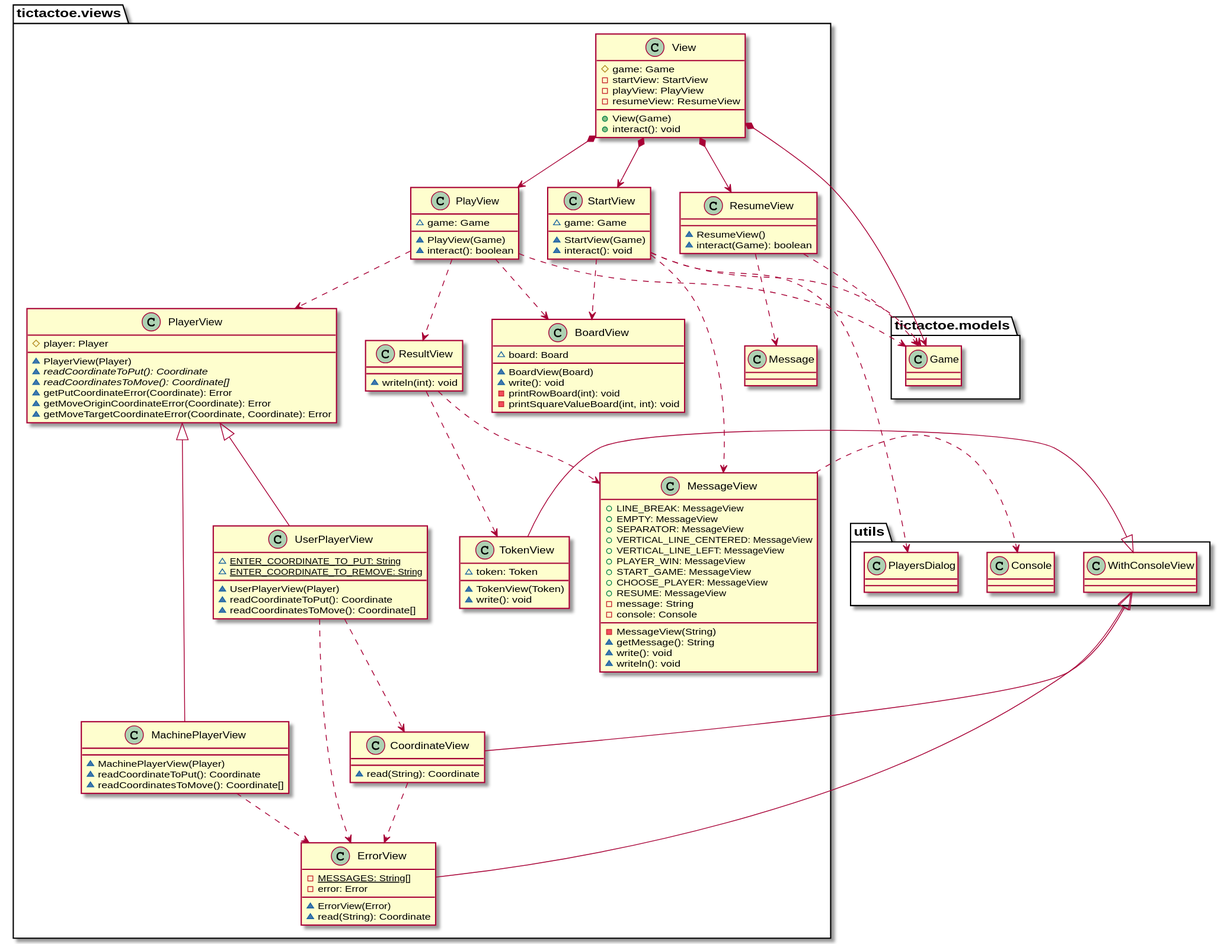
This is documentView/console/docs/diagrams/out/paquetes/tictactoe.views.svg from Jolucaa/USantaTecla-project-ticTacToe, a PlantUML export, as it was before one commit.
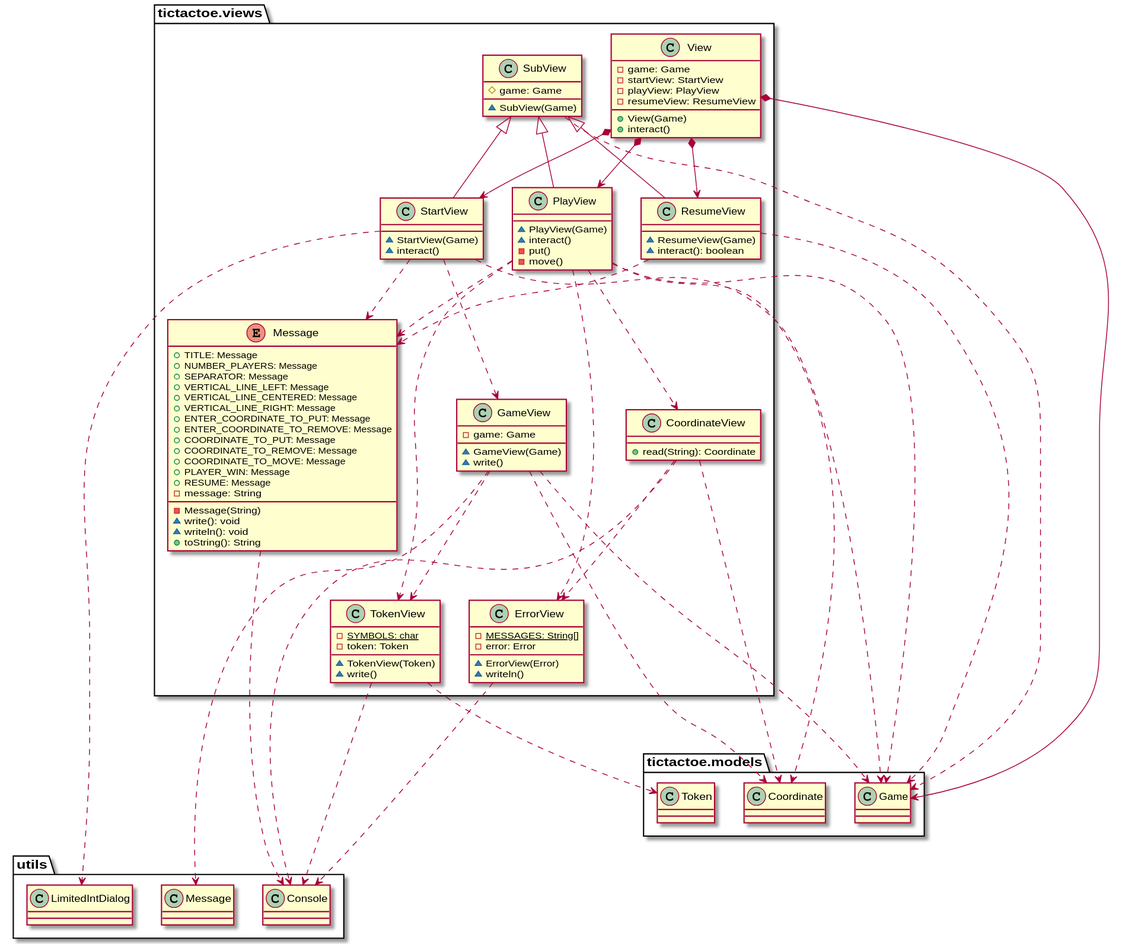
After the change.

Diff of the diagram source:
```diff
@@ -1,121 +1,107 @@
 @startuml
-class  tictactoe.views.BoardView{
-~ board: Board
-~ BoardView(Board)
-~ write(): void
-- printRowBoard(int): void
-- printSquareValueBoard(int, int): void
+class  tictactoe.views.CoordinateView{
++ read(String): Coordinate
 }
-
-class  tictactoe.views.CoordinateView{
-~ read(String): Coordinate
-}
-utils.WithConsoleView <|-down- tictactoe.views.CoordinateView
+utils.Console <..-down- tictactoe.views.CoordinateView
+tictactoe.models.Coordinate <..-down- tictactoe.views.CoordinateView
 tictactoe.views.CoordinateView ..> tictactoe.views.ErrorView
 
 class  tictactoe.views.ErrorView{
 - {static} MESSAGES: String[]
 - error: Error
 ~ ErrorView(Error)
-~ read(String): Coordinate
+~ writeln()
 }
-utils.WithConsoleView <|-down- tictactoe.views.ErrorView
+utils.Console <..-down- tictactoe.views.ErrorView
 
-class  tictactoe.views.MachinePlayerView{
-~ MachinePlayerView(Player)
-~ readCoordinateToPut(): Coordinate
-~ readCoordinatesToMove(): Coordinate[]
+class  tictactoe.views.GameView{
+- game: Game
+~ GameView(Game)
+~ write()
 }
-tictactoe.views.PlayerView <|-down- tictactoe.views.MachinePlayerView
-tictactoe.views.MachinePlayerView ..> tictactoe.views.ErrorView
+utils.Message <..-down- tictactoe.views.GameView
+tictactoe.views.GameView ..> tictactoe.models.Game
+tictactoe.views.GameView ..> tictactoe.models.Coordinate
+tictactoe.views.GameView ..> tictactoe.views.TokenView
 
-class  tictactoe.views.MessageView{
-+ LINE_BREAK: MessageView
-+ EMPTY: MessageView
-+ SEPARATOR: MessageView
-+ VERTICAL_LINE_CENTERED: MessageView
-+ VERTICAL_LINE_LEFT: MessageView
-+	PLAYER_WIN: MessageView
-+	START_GAME: MessageView
-+	CHOOSE_PLAYER: MessageView
-+ RESUME: MessageView
+enum  tictactoe.views.Message{
++ TITLE: Message
++ NUMBER_PLAYERS: Message
++ SEPARATOR: Message
++ VERTICAL_LINE_LEFT: Message
++ VERTICAL_LINE_CENTERED: Message
++ VERTICAL_LINE_RIGHT: Message
++ ENTER_COORDINATE_TO_PUT: Message
++ ENTER_COORDINATE_TO_REMOVE: Message
++ COORDINATE_TO_PUT: Message
++ COORDINATE_TO_REMOVE: Message
++ COORDINATE_TO_MOVE: Message
++	PLAYER_WIN: Message
++ RESUME: Message
 - message: String
-- console: Console
-- MessageView(String)
-~ getMessage(): String
+- Message(String)
 ~ write(): void
 ~ writeln(): void
++ toString(): String
 }
-tictactoe.views.MessageView ..> utils.Console
-
-class  tictactoe.views.PlayerView{
-# player: Player
-~ PlayerView(Player)
-~ {abstract} readCoordinateToPut(): Coordinate
-~ {abstract} readCoordinatesToMove(): Coordinate[]
-~ getPutCoordinateError(Coordinate): Error
-~ getMoveOriginCoordinateError(Coordinate): Error
-~ getMoveTargetCoordinateError(Coordinate, Coordinate): Error
-}
+tictactoe.views.Message ..> utils.Console
 
 class  tictactoe.views.PlayView{
-~ game: Game
 ~ PlayView(Game)
-~ interact(): boolean
+~ interact()
+- put()
+- move()
 }
+tictactoe.views.SubView <|-down- tictactoe.views.PlayView
 tictactoe.views.PlayView ..> tictactoe.models.Game
-tictactoe.views.PlayView ..> tictactoe.views.PlayerView
-tictactoe.views.PlayView ..> tictactoe.views.ResultView
-tictactoe.views.PlayView ..> tictactoe.views.BoardView
-
-class tictactoe.views.ResultView{
-~ writeln(int): void
-}
-tictactoe.views.ResultView ..> tictactoe.views.TokenView
-tictactoe.views.ResultView ..> tictactoe.views.MessageView
+tictactoe.views.PlayView ..> tictactoe.views.TokenView
+tictactoe.views.PlayView ..> tictactoe.views.Message
+tictactoe.views.PlayView ..> tictactoe.models.Coordinate
+tictactoe.views.PlayView ..> tictactoe.views.CoordinateView
+tictactoe.views.PlayView ..> tictactoe.views.ErrorView
 
 class  tictactoe.views.ResumeView{
-~ ResumeView()
-~ interact(Game): boolean
+~ ResumeView(Game)
+~ interact(): boolean
+
 }
+tictactoe.views.SubView <|-down- tictactoe.views.ResumeView
 tictactoe.views.ResumeView ..> tictactoe.models.Game
 tictactoe.views.ResumeView ..> tictactoe.views.Message
 
 class tictactoe.views.StartView{
-~ game: Game
 ~ StartView(Game)
-~ interact(): void
+~ interact()
 }
+tictactoe.views.SubView <|-down- tictactoe.views.StartView
 tictactoe.views.StartView ..> tictactoe.models.Game
-tictactoe.views.StartView ..> utils.PlayersDialog
-tictactoe.views.StartView ..> tictactoe.views.BoardView
-tictactoe.views.StartView ..> tictactoe.views.MessageView
+tictactoe.views.StartView ..> tictactoe.views.GameView
+tictactoe.views.StartView ..> utils.LimitedIntDialog
+tictactoe.views.StartView ..> tictactoe.views.Message
+
+class tictactoe.views.SubView{
+# game: Game
+~ SubView(Game)
+}
+
+tictactoe.views.SubView ..> tictactoe.models.Game
 
 class tictactoe.views.TokenView{
-~ token: Token
+- {static} SYMBOLS: char
+- token: Token
 ~ TokenView(Token)
-~ write(): void
+~ write()
 }
-utils.WithConsoleView <|-down- tictactoe.views.TokenView
-
-class  tictactoe.views.UserPlayerView{
-~ {static} ENTER_COORDINATE_TO_PUT: String
-~ {static} ENTER_COORDINATE_TO_REMOVE: String
-~ UserPlayerView(Player)
-~ readCoordinateToPut(): Coordinate
-~ readCoordinatesToMove(): Coordinate[]
-}
-tictactoe.views.PlayerView <|-down- tictactoe.views.UserPlayerView
-tictactoe.views.UserPlayerView ..> tictactoe.views.CoordinateView
-tictactoe.views.UserPlayerView ..> tictactoe.views.ErrorView
+tictactoe.views.TokenView ..> tictactoe.models.Token
+tictactoe.views.TokenView ..> utils.Console
 
 class  tictactoe.views.View{
-# game: Game
+- game: Game
 - startView: StartView
 - playView: PlayView
 - resumeView: ResumeView
 + View(Game)
-+ interact(): void
++ interact()
 }
 tictactoe.views.View *-down-> tictactoe.models.Game
 tictactoe.views.View *-down-> tictactoe.views.StartView
```
